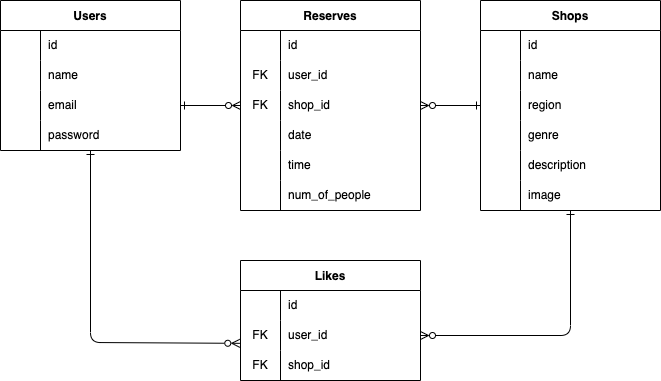
This is index.drawio.png from cedrictarou/rese-app, a draw.io export, as it was before one commit. Source tidied: cells renumbered, new cells last; positions are measured from the earlier drawing's top-left corner, leaving out a move shared by most shapes.
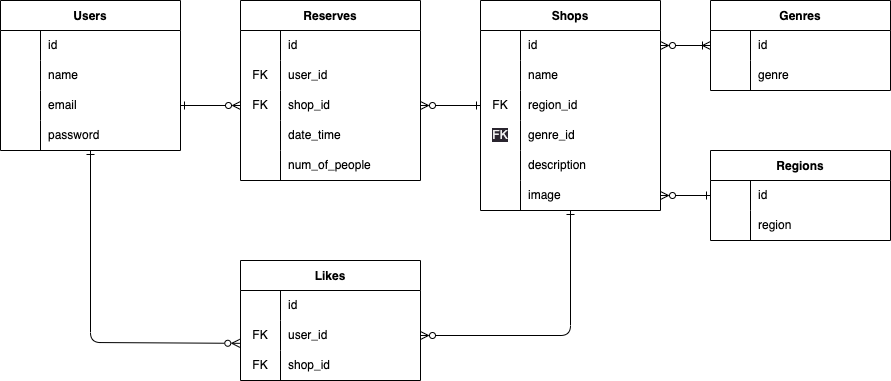
After the change.

The edit, as a diff of the source:
```diff
@@ -79,19 +79,19 @@
     <mxCell id="24" style="shape=tableRow;horizontal=0;startSize=0;swimlaneHead=0;swimlaneBody=0;top=0;left=0;bottom=0;right=0;fillColor=none;points=[[0,0.5],[1,0.5]];portConstraint=eastwest;" parent="17" vertex="1">
       <mxGeometry y="90" width="180" height="30" as="geometry" />
     </mxCell>
-    <mxCell id="25" style="shape=partialRectangle;html=1;whiteSpace=wrap;fillColor=none;top=0;left=0;bottom=0;right=0;overflow=hidden;" parent="24" vertex="1">
+    <mxCell id="25" value="FK" style="shape=partialRectangle;html=1;whiteSpace=wrap;fillColor=none;top=0;left=0;bottom=0;right=0;overflow=hidden;" parent="24" vertex="1">
       <mxGeometry width="40" height="30" as="geometry" />
     </mxCell>
-    <mxCell id="26" value="region" style="shape=partialRectangle;html=1;whiteSpace=wrap;fillColor=none;top=0;left=0;bottom=0;right=0;align=left;spacingLeft=6;overflow=hidden;" parent="24" vertex="1">
+    <mxCell id="26" value="region_id" style="shape=partialRectangle;html=1;whiteSpace=wrap;fillColor=none;top=0;left=0;bottom=0;right=0;align=left;spacingLeft=6;overflow=hidden;" parent="24" vertex="1">
       <mxGeometry x="40" width="140" height="30" as="geometry" />
     </mxCell>
     <mxCell id="27" style="shape=tableRow;horizontal=0;startSize=0;swimlaneHead=0;swimlaneBody=0;top=0;left=0;bottom=0;right=0;fillColor=none;" parent="17" vertex="1">
       <mxGeometry y="120" width="180" height="30" as="geometry" />
     </mxCell>
-    <mxCell id="28" style="shape=partialRectangle;html=1;whiteSpace=wrap;fillColor=none;top=0;left=0;bottom=0;right=0;overflow=hidden;" parent="27" vertex="1">
+    <mxCell id="28" value="&lt;meta charset=&quot;utf-8&quot;&gt;&lt;span style=&quot;color: rgb(240, 240, 240); font-family: Helvetica; font-size: 12px; font-style: normal; font-variant-ligatures: normal; font-variant-caps: normal; font-weight: 400; letter-spacing: normal; orphans: 2; text-align: center; text-indent: 0px; text-transform: none; widows: 2; word-spacing: 0px; -webkit-text-stroke-width: 0px; background-color: rgb(42, 37, 47); text-decoration-thickness: initial; text-decoration-style: initial; text-decoration-color: initial; float: none; display: inline !important;&quot;&gt;FK&lt;/span&gt;" style="shape=partialRectangle;html=1;whiteSpace=wrap;fillColor=none;top=0;left=0;bottom=0;right=0;overflow=hidden;" parent="27" vertex="1">
       <mxGeometry width="40" height="30" as="geometry" />
     </mxCell>
-    <mxCell id="29" value="genre" style="shape=partialRectangle;html=1;whiteSpace=wrap;fillColor=none;top=0;left=0;bottom=0;right=0;align=left;spacingLeft=6;overflow=hidden;" parent="27" vertex="1">
+    <mxCell id="29" value="genre_id" style="shape=partialRectangle;html=1;whiteSpace=wrap;fillColor=none;top=0;left=0;bottom=0;right=0;align=left;spacingLeft=6;overflow=hidden;" parent="27" vertex="1">
       <mxGeometry x="40" width="140" height="30" as="geometry" />
     </mxCell>
     <mxCell id="30" style="shape=tableRow;horizontal=0;startSize=0;swimlaneHead=0;swimlaneBody=0;top=0;left=0;bottom=0;right=0;fillColor=none;" parent="17" vertex="1">
@@ -113,7 +113,7 @@
       <mxGeometry x="40" width="140" height="30" as="geometry" />
     </mxCell>
     <mxCell id="36" value="Reserves" style="shape=table;startSize=30;rowLines=0;fontStyle=1;" parent="1" vertex="1">
-      <mxGeometry x="240" width="180" height="210" as="geometry" />
+      <mxGeometry x="240" width="180" height="180" as="geometry" />
     </mxCell>
     <mxCell id="37" style="shape=tableRow;horizontal=0;startSize=0;swimlaneHead=0;swimlaneBody=0;top=0;left=0;bottom=0;right=0;fillColor=none;" parent="36" vertex="1">
       <mxGeometry y="30" width="180" height="30" as="geometry" />
@@ -148,20 +148,11 @@
     <mxCell id="47" style="shape=partialRectangle;html=1;whiteSpace=wrap;fillColor=none;top=0;left=0;bottom=0;right=0;overflow=hidden;" parent="46" vertex="1">
       <mxGeometry width="40" height="30" as="geometry" />
     </mxCell>
-    <mxCell id="48" value="date" style="shape=partialRectangle;html=1;whiteSpace=wrap;fillColor=none;top=0;left=0;bottom=0;right=0;align=left;spacingLeft=6;overflow=hidden;" parent="46" vertex="1">
+    <mxCell id="48" value="date_time" style="shape=partialRectangle;html=1;whiteSpace=wrap;fillColor=none;top=0;left=0;bottom=0;right=0;align=left;spacingLeft=6;overflow=hidden;" parent="46" vertex="1">
       <mxGeometry x="40" width="140" height="30" as="geometry" />
     </mxCell>
-    <mxCell id="49" style="shape=tableRow;horizontal=0;startSize=0;swimlaneHead=0;swimlaneBody=0;top=0;left=0;bottom=0;right=0;fillColor=none;" parent="36" vertex="1">
-      <mxGeometry y="150" width="180" height="30" as="geometry" />
-    </mxCell>
-    <mxCell id="50" style="shape=partialRectangle;html=1;whiteSpace=wrap;fillColor=none;top=0;left=0;bottom=0;right=0;overflow=hidden;" parent="49" vertex="1">
-      <mxGeometry width="40" height="30" as="geometry" />
-    </mxCell>
-    <mxCell id="51" value="time" style="shape=partialRectangle;html=1;whiteSpace=wrap;fillColor=none;top=0;left=0;bottom=0;right=0;align=left;spacingLeft=6;overflow=hidden;" parent="49" vertex="1">
-      <mxGeometry x="40" width="140" height="30" as="geometry" />
-    </mxCell>
     <mxCell id="52" style="shape=tableRow;horizontal=0;startSize=0;swimlaneHead=0;swimlaneBody=0;top=0;left=0;bottom=0;right=0;fillColor=none;" parent="36" vertex="1">
-      <mxGeometry y="180" width="180" height="30" as="geometry" />
+      <mxGeometry y="150" width="180" height="30" as="geometry" />
     </mxCell>
     <mxCell id="53" style="shape=partialRectangle;html=1;whiteSpace=wrap;fillColor=none;top=0;left=0;bottom=0;right=0;overflow=hidden;" parent="52" vertex="1">
       <mxGeometry width="40" height="30" as="geometry" />
@@ -205,5 +196,53 @@
     <mxCell id="66" style="edgeStyle=none;html=1;entryX=1;entryY=0.5;entryDx=0;entryDy=0;startArrow=ERone;startFill=0;endArrow=ERzeroToMany;endFill=0;" parent="1" edge="1" source="24" target="43">
       <mxGeometry relative="1" as="geometry" />
     </mxCell>
+    <mxCell id="67" style="edgeStyle=none;html=1;startArrow=ERone;startFill=0;endArrow=ERzeroToMany;endFill=0;" parent="1" edge="1" source="68" target="33">
+      <mxGeometry relative="1" as="geometry" />
+    </mxCell>
+    <mxCell id="68" value="Regions" style="shape=table;startSize=30;rowLines=0;fontStyle=1;" parent="1" vertex="1">
+      <mxGeometry x="710" y="150" width="180" height="90" as="geometry" />
+    </mxCell>
+    <mxCell id="69" style="shape=tableRow;horizontal=0;startSize=0;swimlaneHead=0;swimlaneBody=0;top=0;left=0;bottom=0;right=0;fillColor=none;" parent="68" vertex="1">
+      <mxGeometry y="30" width="180" height="30" as="geometry" />
+    </mxCell>
+    <mxCell id="70" style="shape=partialRectangle;html=1;whiteSpace=wrap;fillColor=none;top=0;left=0;bottom=0;right=0;overflow=hidden;" parent="69" vertex="1">
+      <mxGeometry width="40" height="30" as="geometry" />
+    </mxCell>
+    <mxCell id="71" value="id" style="shape=partialRectangle;html=1;whiteSpace=wrap;fillColor=none;top=0;left=0;bottom=0;right=0;align=left;spacingLeft=6;overflow=hidden;" parent="69" vertex="1">
+      <mxGeometry x="40" width="140" height="30" as="geometry" />
+    </mxCell>
+    <mxCell id="72" style="shape=tableRow;horizontal=0;startSize=0;swimlaneHead=0;swimlaneBody=0;top=0;left=0;bottom=0;right=0;fillColor=none;" parent="68" vertex="1">
+      <mxGeometry y="60" width="180" height="30" as="geometry" />
+    </mxCell>
+    <mxCell id="73" style="shape=partialRectangle;html=1;whiteSpace=wrap;fillColor=none;top=0;left=0;bottom=0;right=0;overflow=hidden;" parent="72" vertex="1">
+      <mxGeometry width="40" height="30" as="geometry" />
+    </mxCell>
+    <mxCell id="74" value="region" style="shape=partialRectangle;html=1;whiteSpace=wrap;fillColor=none;top=0;left=0;bottom=0;right=0;align=left;spacingLeft=6;overflow=hidden;" parent="72" vertex="1">
+      <mxGeometry x="40" width="140" height="30" as="geometry" />
+    </mxCell>
+    <mxCell id="75" style="edgeStyle=none;html=1;entryX=1;entryY=0.5;entryDx=0;entryDy=0;endArrow=ERzeroToMany;endFill=0;startArrow=ERoneToMany;startFill=0;" parent="1" edge="1" source="76" target="18">
+      <mxGeometry relative="1" as="geometry" />
+    </mxCell>
+    <mxCell id="76" value="Genres" style="shape=table;startSize=30;rowLines=0;fontStyle=1;" parent="1" vertex="1">
+      <mxGeometry x="710" width="180" height="90" as="geometry" />
+    </mxCell>
+    <mxCell id="77" style="shape=tableRow;horizontal=0;startSize=0;swimlaneHead=0;swimlaneBody=0;top=0;left=0;bottom=0;right=0;fillColor=none;" parent="76" vertex="1">
+      <mxGeometry y="30" width="180" height="30" as="geometry" />
+    </mxCell>
+    <mxCell id="78" style="shape=partialRectangle;html=1;whiteSpace=wrap;fillColor=none;top=0;left=0;bottom=0;right=0;overflow=hidden;" parent="77" vertex="1">
+      <mxGeometry width="40" height="30" as="geometry" />
+    </mxCell>
+    <mxCell id="79" value="id" style="shape=partialRectangle;html=1;whiteSpace=wrap;fillColor=none;top=0;left=0;bottom=0;right=0;align=left;spacingLeft=6;overflow=hidden;" parent="77" vertex="1">
+      <mxGeometry x="40" width="140" height="30" as="geometry" />
+    </mxCell>
+    <mxCell id="80" style="shape=tableRow;horizontal=0;startSize=0;swimlaneHead=0;swimlaneBody=0;top=0;left=0;bottom=0;right=0;fillColor=none;" parent="76" vertex="1">
+      <mxGeometry y="60" width="180" height="30" as="geometry" />
+    </mxCell>
+    <mxCell id="81" style="shape=partialRectangle;html=1;whiteSpace=wrap;fillColor=none;top=0;left=0;bottom=0;right=0;overflow=hidden;" parent="80" vertex="1">
+      <mxGeometry width="40" height="30" as="geometry" />
+    </mxCell>
+    <mxCell id="82" value="genre" style="shape=partialRectangle;html=1;whiteSpace=wrap;fillColor=none;top=0;left=0;bottom=0;right=0;align=left;spacingLeft=6;overflow=hidden;" parent="80" vertex="1">
+      <mxGeometry x="40" width="140" height="30" as="geometry" />
+    </mxCell>
   </root>
 </mxGraphModel>
```
